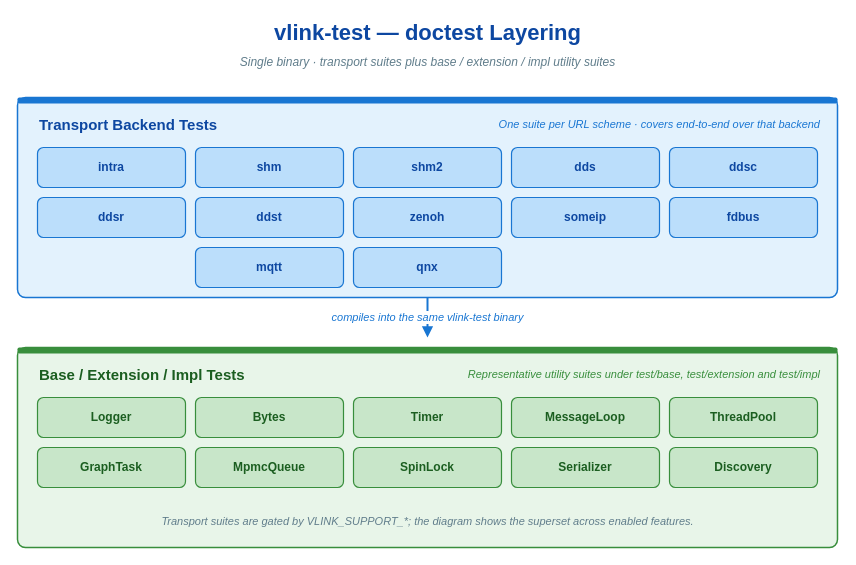
Earlier version of the draw.io diagram doc/images/test-layer-diagram.drawio (thun-res/vlink). Source tidied: cells renumbered, new cells numbered last; positions are measured from the earlier drawing's top-left corner, leaving out a move shared by most shapes. Both pictures are drawn from the tidied source at 100%, with x=0, y=0 at pixel (17, 17).
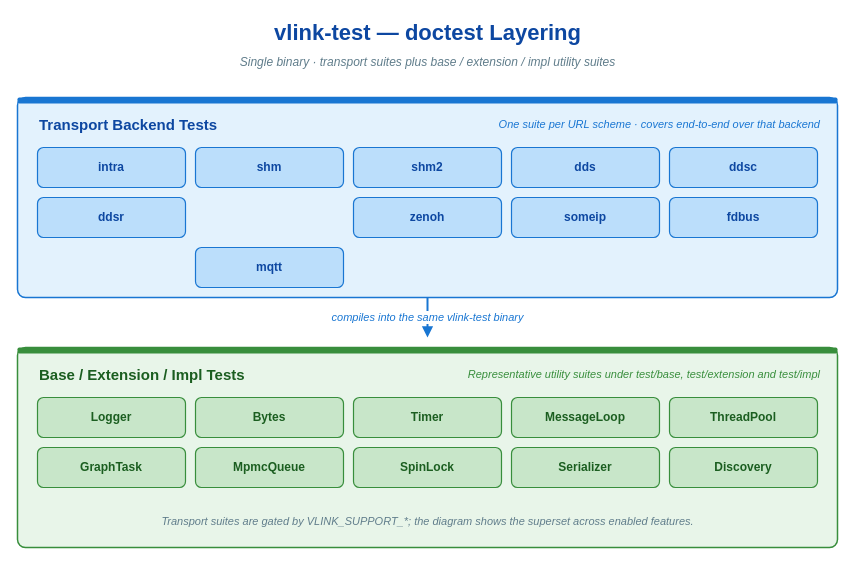
After the change.

The edit, as a diff of the source:
```diff
@@
-    <mxCell id="14" value="ddst" style="rounded=1;whiteSpace=wrap;html=1;fillColor=#bbdefb;strokeColor=#1976d2;strokeWidth=1.2;fontFamily=Helvetica;fontSize=12;fontStyle=1;fontColor=#0d47a1;shadow=0;" parent="1" vertex="1">
-      <mxGeometry x="178" y="180" width="148" height="40" as="geometry" />
-    </mxCell>
@@
-    <mxCell id="19" value="qnx" style="rounded=1;whiteSpace=wrap;html=1;fillColor=#bbdefb;strokeColor=#1976d2;strokeWidth=1.2;fontFamily=Helvetica;fontSize=12;fontStyle=1;fontColor=#0d47a1;shadow=0;" parent="1" vertex="1">
-      <mxGeometry x="336" y="230" width="148" height="40" as="geometry" />
-    </mxCell>
```
